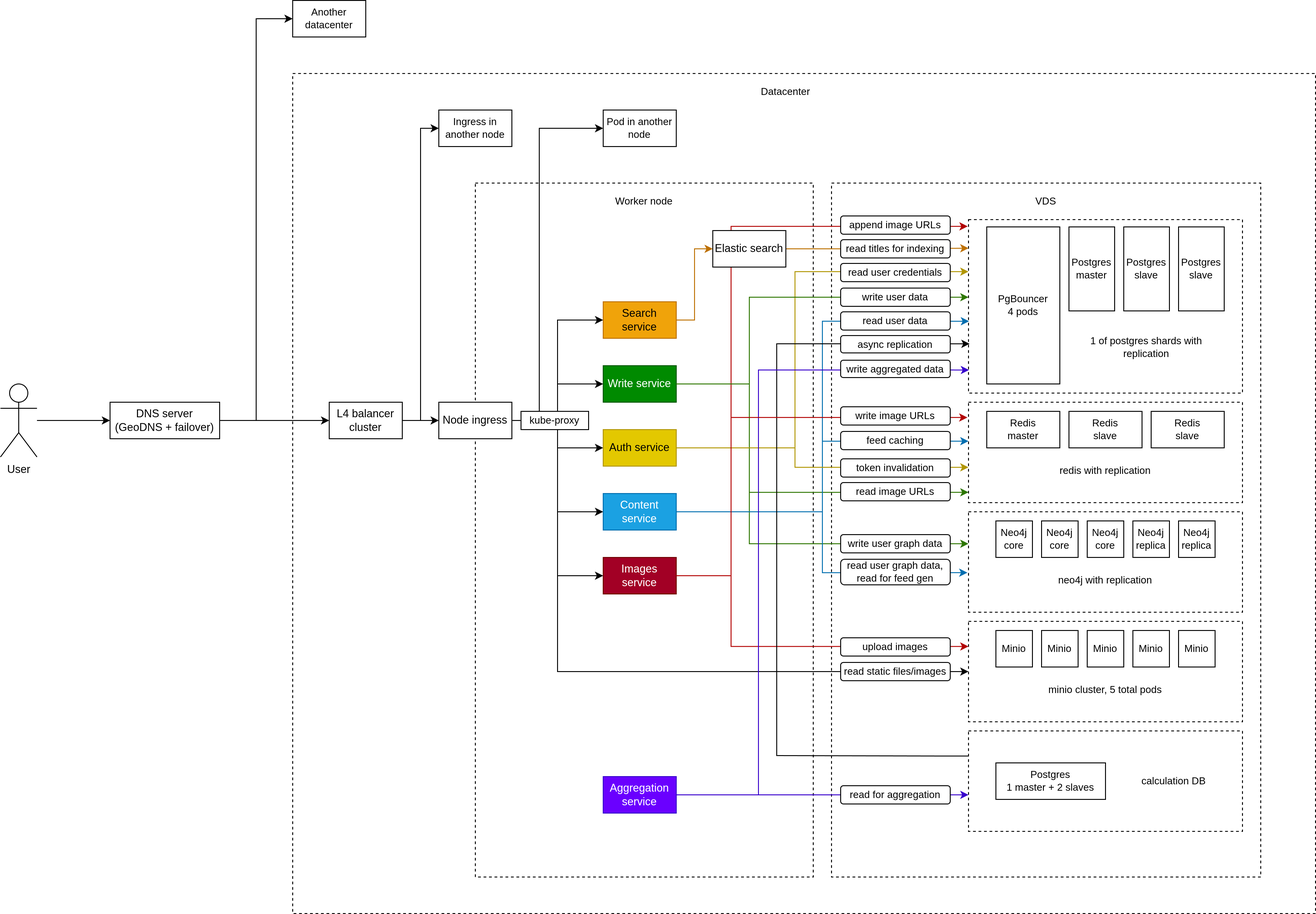
The draw.io diagram assets/images/full-diagram.drawio.png in DeveloperMan313/vk-highload, before a commit. Source tidied: cells renumbered, new cells last; positions are measured from the earlier drawing's top-left corner, leaving out a move shared by most shapes.
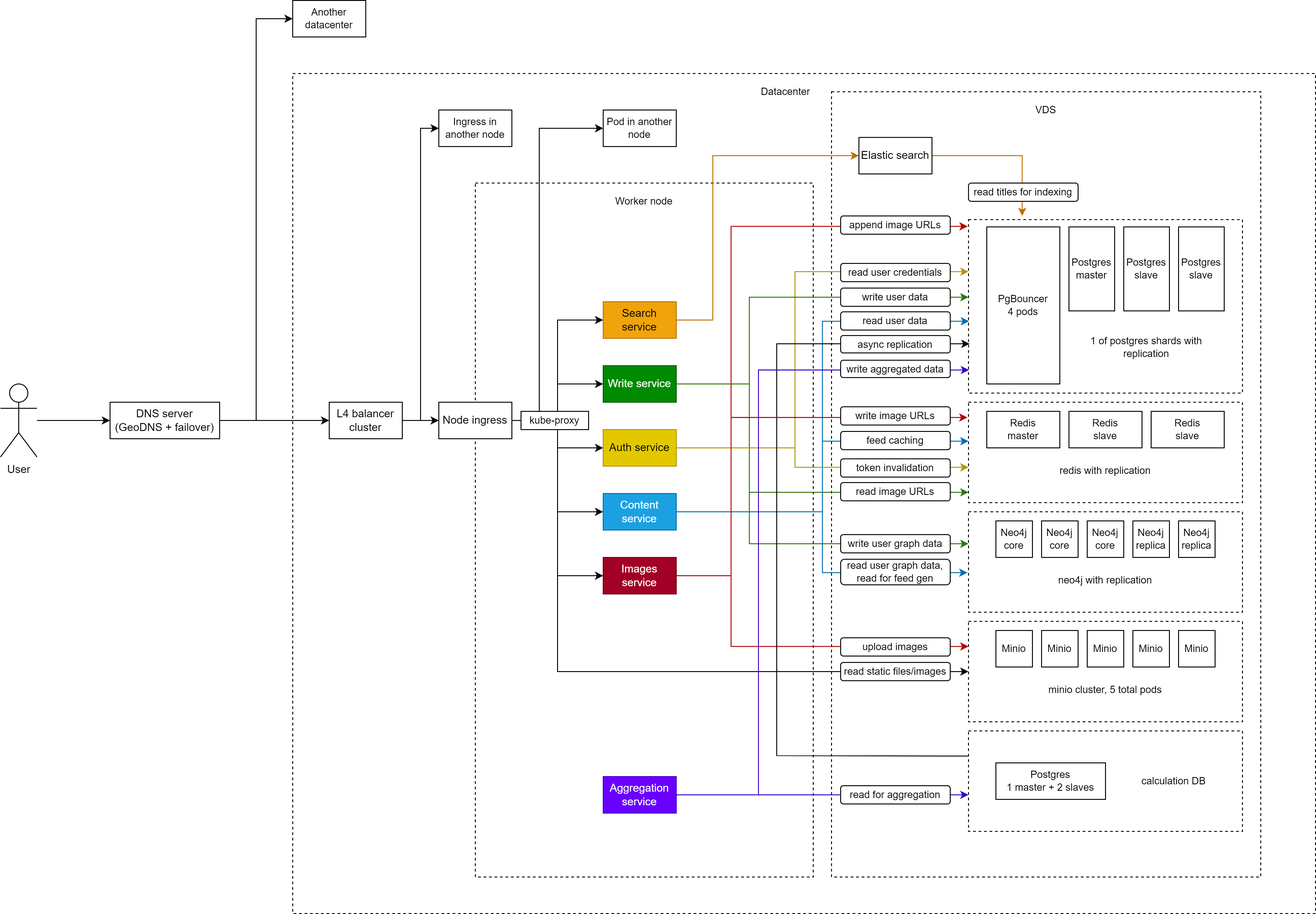
Later version of the same file.

Commit message:
Update full diagram

The edit, as a diff of the source:
```diff
@@ -6,7 +6,7 @@
       <mxGeometry x="320" y="80" width="1120" height="920" as="geometry" />
     </mxCell>
     <mxCell id="3" style="rounded=0;whiteSpace=wrap;html=1;dashed=1;" parent="1" vertex="1">
-      <mxGeometry x="910" y="200" width="470" height="760" as="geometry" />
+      <mxGeometry x="910" y="100" width="470" height="860" as="geometry" />
     </mxCell>
     <mxCell id="4" style="rounded=0;whiteSpace=wrap;html=1;dashed=1;" parent="1" vertex="1">
       <mxGeometry x="520" y="200" width="370" height="760" as="geometry" />
@@ -192,10 +192,19 @@
       </mxGeometry>
     </mxCell>
     <mxCell id="52" style="endArrow=classic;startArrow=none;html=1;rounded=0;edgeStyle=orthogonalEdgeStyle;exitX=1;exitY=0.5;exitDx=0;exitDy=0;entryX=0;entryY=0.5;entryDx=0;entryDy=0;startFill=0;fillColor=#f0a30a;strokeColor=#BD7000;" parent="1" edge="1" source="15" target="88">
-      <mxGeometry relative="1" as="geometry" />
+      <mxGeometry relative="1" as="geometry">
+        <Array as="points">
+          <mxPoint x="780" y="350" />
+          <mxPoint x="780" y="170" />
+        </Array>
+      </mxGeometry>
     </mxCell>
-    <mxCell id="53" style="endArrow=classic;startArrow=none;html=1;rounded=0;edgeStyle=orthogonalEdgeStyle;entryX=0;entryY=0.165;entryDx=0;entryDy=0;startFill=0;exitX=1;exitY=0.5;exitDx=0;exitDy=0;entryPerimeter=0;fillColor=#f0a30a;strokeColor=#BD7000;" parent="1" edge="1" source="88" target="24">
-      <mxGeometry relative="1" as="geometry" />
+    <mxCell id="53" style="endArrow=classic;startArrow=none;html=1;rounded=0;edgeStyle=orthogonalEdgeStyle;entryX=0.196;entryY=-0.021;entryDx=0;entryDy=0;startFill=0;exitX=1;exitY=0.5;exitDx=0;exitDy=0;entryPerimeter=0;fillColor=#f0a30a;strokeColor=#BD7000;" parent="1" edge="1" source="88" target="24">
+      <mxGeometry relative="1" as="geometry">
+        <Array as="points">
+          <mxPoint x="1119" y="170" />
+        </Array>
+      </mxGeometry>
     </mxCell>
     <mxCell id="54" value="PgBouncer&lt;br&gt;4 pods" style="rounded=0;whiteSpace=wrap;html=1;fontFamily=Helvetica;fontSize=11;fontColor=default;" parent="1" vertex="1">
       <mxGeometry x="1080" y="248" width="80" height="172" as="geometry" />
@@ -210,7 +219,7 @@
       <mxGeometry x="920" y="288" width="120" height="20" as="geometry" />
     </mxCell>
     <mxCell id="58" value="read titles for indexing" style="rounded=1;whiteSpace=wrap;html=1;fontFamily=Helvetica;fontSize=11;fontColor=default;" parent="1" vertex="1">
-      <mxGeometry x="920" y="262" width="120" height="20" as="geometry" />
+      <mxGeometry x="1060" y="200" width="120" height="20" as="geometry" />
     </mxCell>
     <mxCell id="59" value="token invalidation" style="rounded=1;whiteSpace=wrap;html=1;fontFamily=Helvetica;fontSize=11;fontColor=default;" parent="1" vertex="1">
       <mxGeometry x="920" y="502" width="120" height="20" as="geometry" />
@@ -316,7 +325,7 @@
       <mxGeometry x="480" y="120" width="80" height="40" as="geometry" />
     </mxCell>
     <mxCell id="86" value="VDS" style="text;html=1;strokeColor=none;fillColor=none;align=center;verticalAlign=middle;whiteSpace=wrap;rounded=0;fontSize=11;fontFamily=Helvetica;fontColor=default;" parent="1" vertex="1">
-      <mxGeometry x="910" y="200" width="470" height="40" as="geometry" />
+      <mxGeometry x="910" y="100" width="470" height="40" as="geometry" />
     </mxCell>
     <mxCell id="87" style="endArrow=classic;startArrow=none;html=1;rounded=0;align=center;verticalAlign=middle;fontFamily=Helvetica;fontSize=11;fontColor=default;labelBackgroundColor=default;edgeStyle=orthogonalEdgeStyle;exitX=1;exitY=0.5;exitDx=0;exitDy=0;fillColor=#e51400;strokeColor=#B20000;startFill=0;entryX=-0.003;entryY=0.039;entryDx=0;entryDy=0;entryPerimeter=0;" parent="1" edge="1" source="13" target="24">
       <mxGeometry relative="1" as="geometry">
@@ -328,7 +337,7 @@
       </mxGeometry>
     </mxCell>
     <mxCell id="88" value="Elastic search" style="rounded=0;whiteSpace=wrap;html=1;" parent="1" vertex="1">
-      <mxGeometry x="780" y="252" width="80" height="40" as="geometry" />
+      <mxGeometry x="940" y="150" width="80" height="40" as="geometry" />
     </mxCell>
     <mxCell id="89" value="append image URLs" style="rounded=1;whiteSpace=wrap;html=1;fontFamily=Helvetica;fontSize=11;fontColor=default;" parent="1" vertex="1">
       <mxGeometry x="920" y="236" width="120" height="20" as="geometry" />
```
